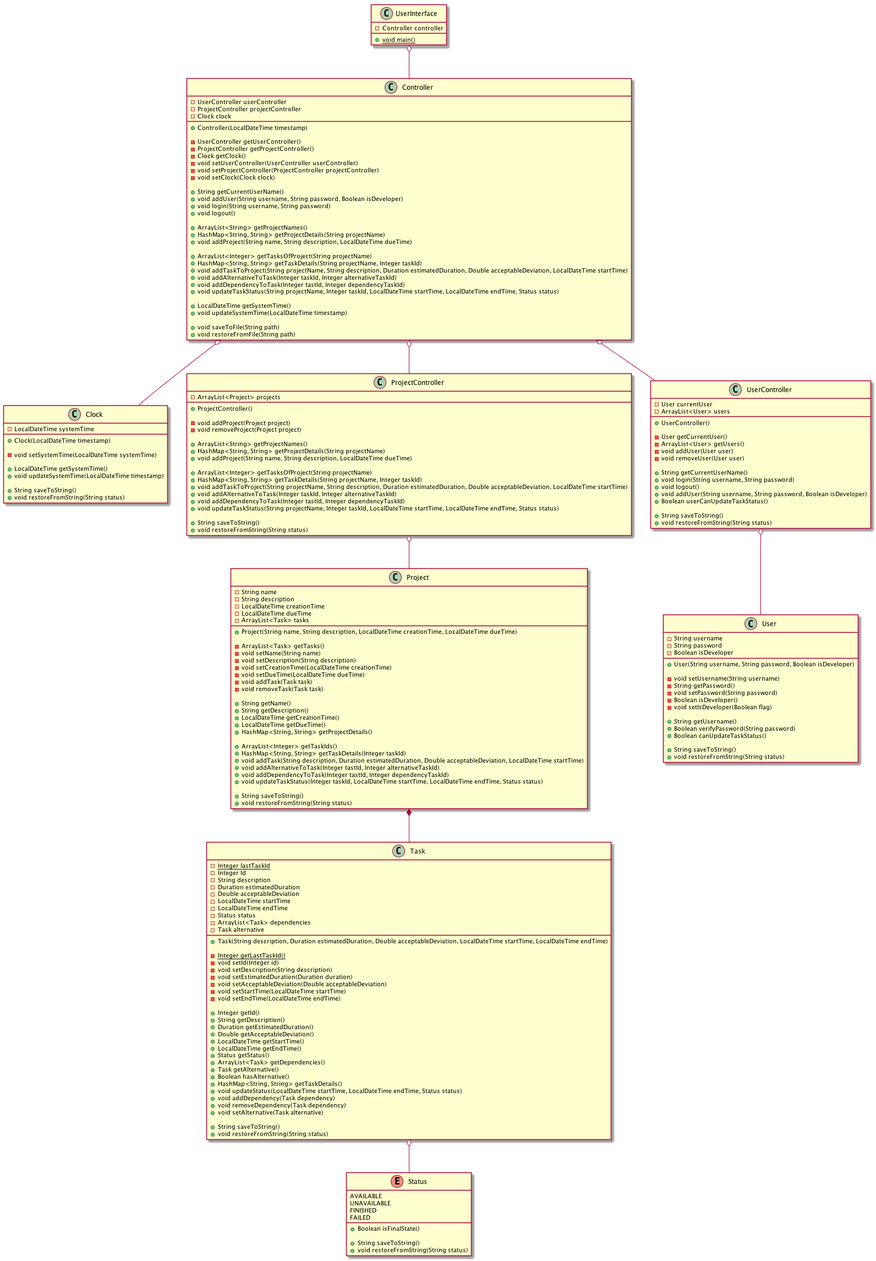
Above: diagrams/class_diagram/class diagram - alexander version.png in julienbenaouda/projectJJA (PlantUML), before the change.
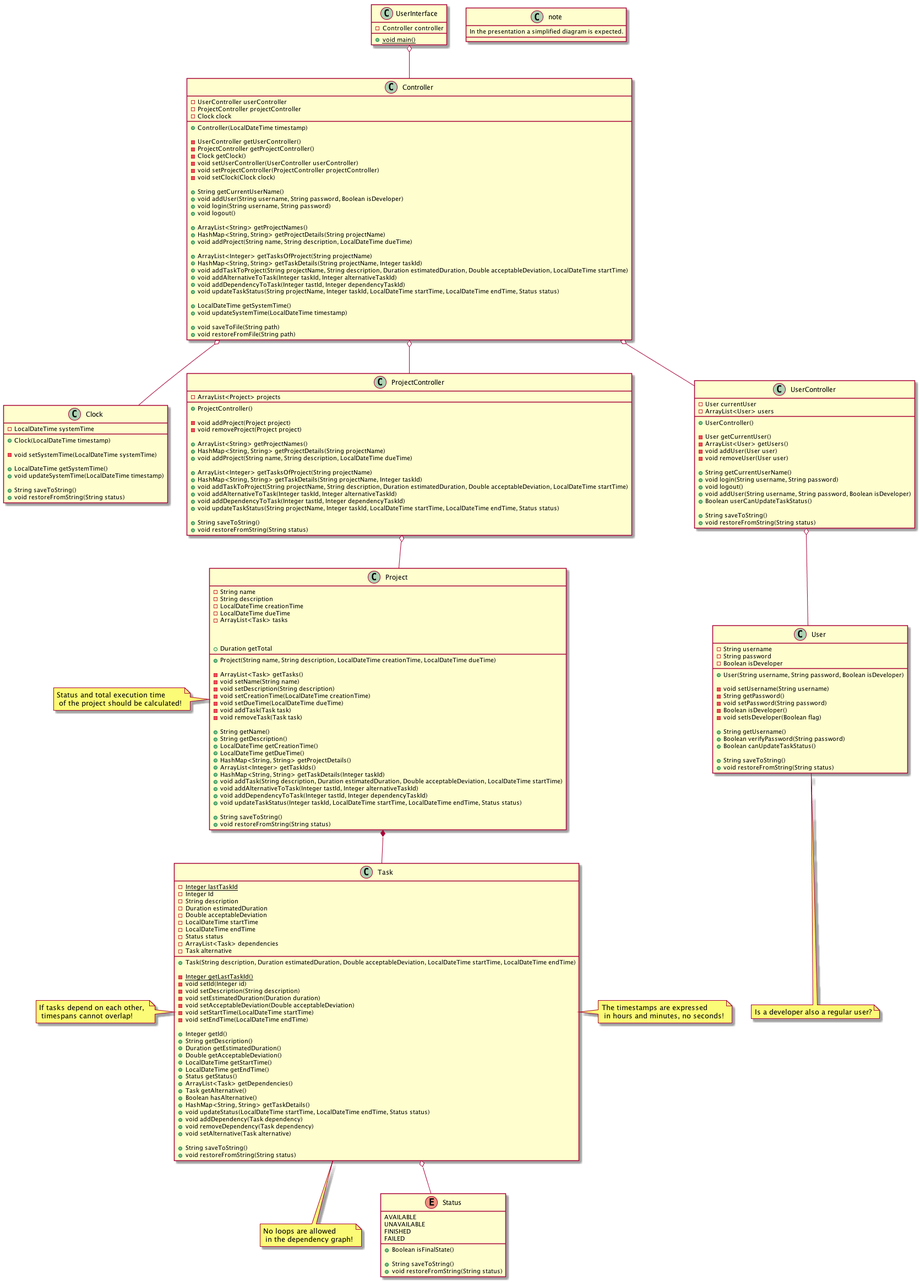
After the change.

Commit message:
Refine class diagram

Diff of the diagram source:
```diff
@@ -1,4 +1,6 @@
 @startuml
+
+note : In the presentation a simplified diagram is expected.
 
 class UserInterface {
 
@@ -117,6 +119,8 @@
 
 }
 
+note bottom of User : Is a developer also a regular user?
+
 class ProjectController {
 
 - ArrayList<Project> projects
@@ -167,6 +171,7 @@
 + LocalDateTime getCreationTime()
 + LocalDateTime getDueTime()
 + HashMap<String, String> getProjectDetails()
++ Duration getTotal
 
 + ArrayList<Integer> getTaskIds()
 + HashMap<String, String> getTaskDetails(Integer taskId)
@@ -179,6 +184,8 @@
 + void restoreFromString(String status)
 
 }
+
+note left of Project : Status and total execution time \n of the project should be calculated!
 
 Project *-- Task
 
@@ -226,6 +233,10 @@
 
 }
 
+note bottom of Task : No loops are allowed \n in the dependency graph!
+note left of Task : If tasks depend on each other, \n timespans cannot overlap!
+note right of Task : The timestamps are expressed \n in hours and minutes, no seconds!
+
 Task o-- Status
 
 enum Status {
```
